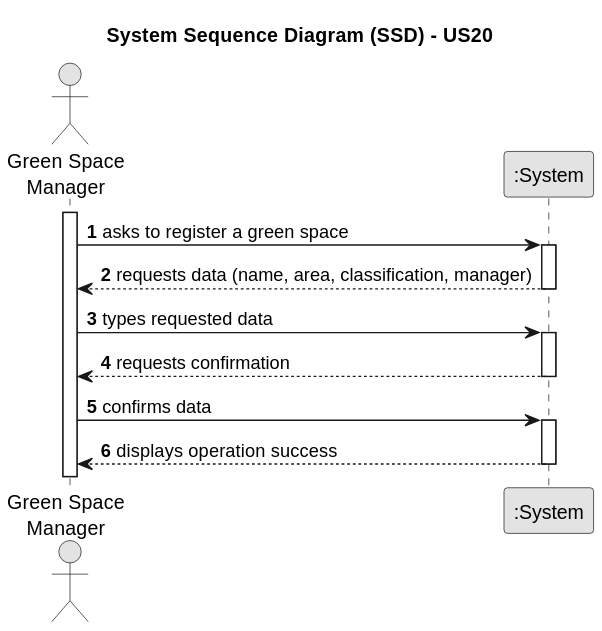
The PlantUML diagram docs/sprintC/us20/01.requirements-engineering/svg/us20-system-sequence-diagram.svg in Paulo-Pereira-at-ISEP/lei-24-s2-1nanb-g321, before a commit. The source it was exported from:
```plantuml
@startuml
skinparam monochrome true
skinparam packageStyle rectangle
skinparam shadowing false

title System Sequence Diagram (SSD) - US20

autonumber

actor "Green Space\nManager" as Employee
participant ":System" as System

activate Employee

    Employee -> System : asks to register a green space
        activate System

            System --> Employee : requests data (name, area, classification, manager)
        deactivate System

        Employee -> System : types requested data
        activate System

            System --> Employee : requests confirmation
        deactivate System

        Employee -> System : confirms data
        activate System

            System --> Employee : displays operation success
        deactivate System
@enduml
```
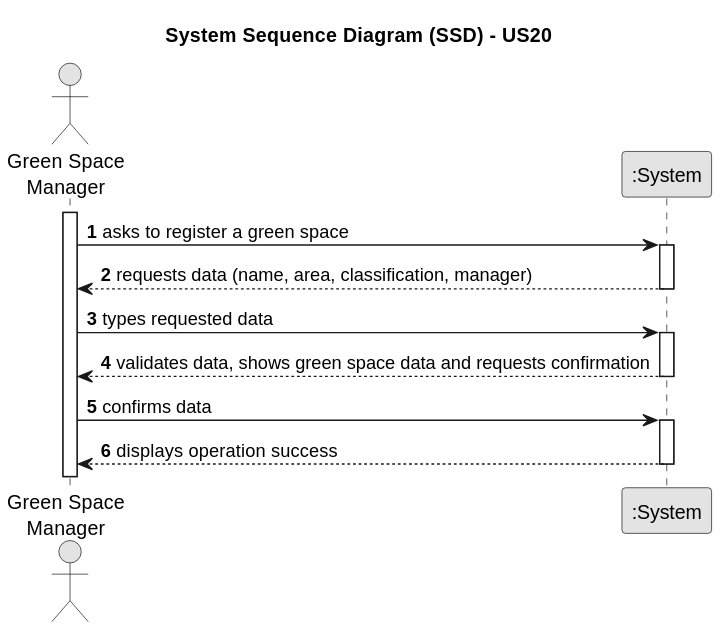
The same file after the commit.

Diff of the diagram source:
```diff
@@ -21,7 +21,7 @@
         Employee -> System : types requested data
         activate System
 
-            System --> Employee : requests confirmation
+            System --> Employee : validates data, shows green space data and requests confirmation
         deactivate System
 
         Employee -> System : confirms data
```
